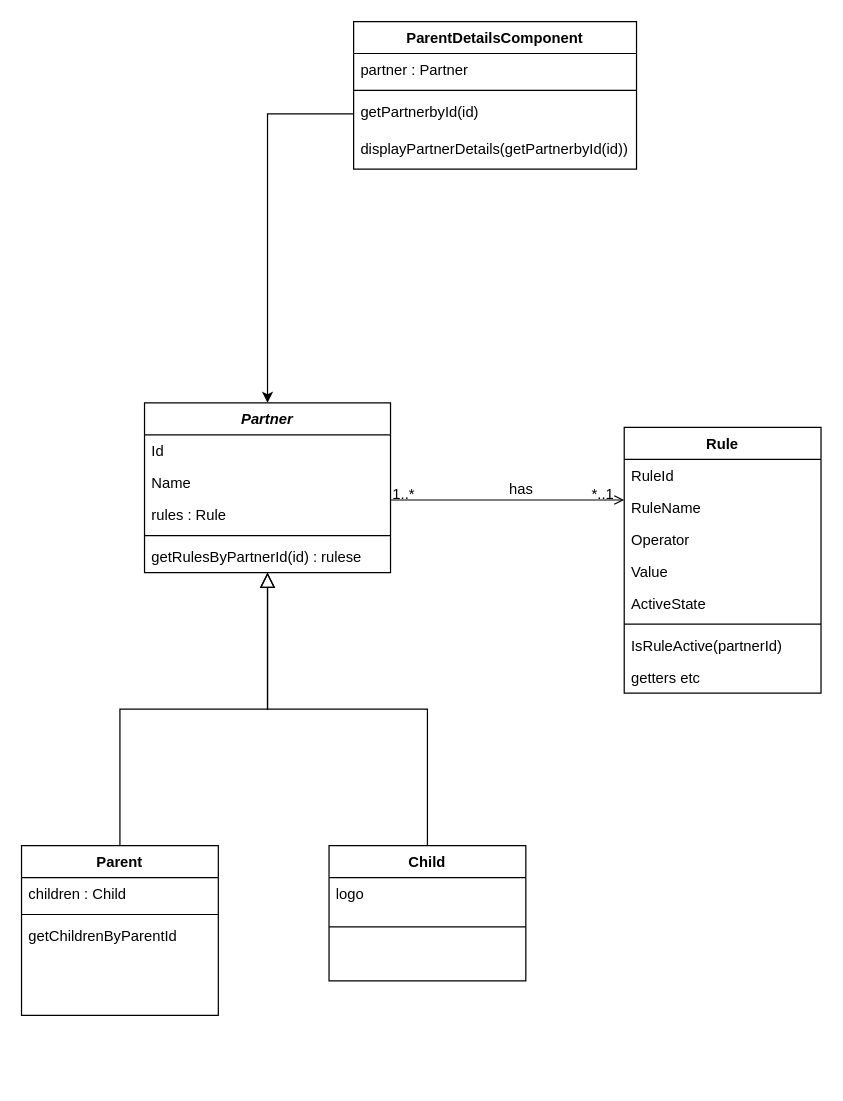
This is Untitled Diagram.drawio from learningCurve89/WorkBasedPortfolios, a draw.io file, before an edit. Source tidied: cells renumbered, new cells numbered last; positions are measured from the earlier drawing's top-left corner, leaving out a move shared by most shapes. Both pictures are drawn from the tidied source at 123%, with x=0, y=0 at pixel (21, 21).
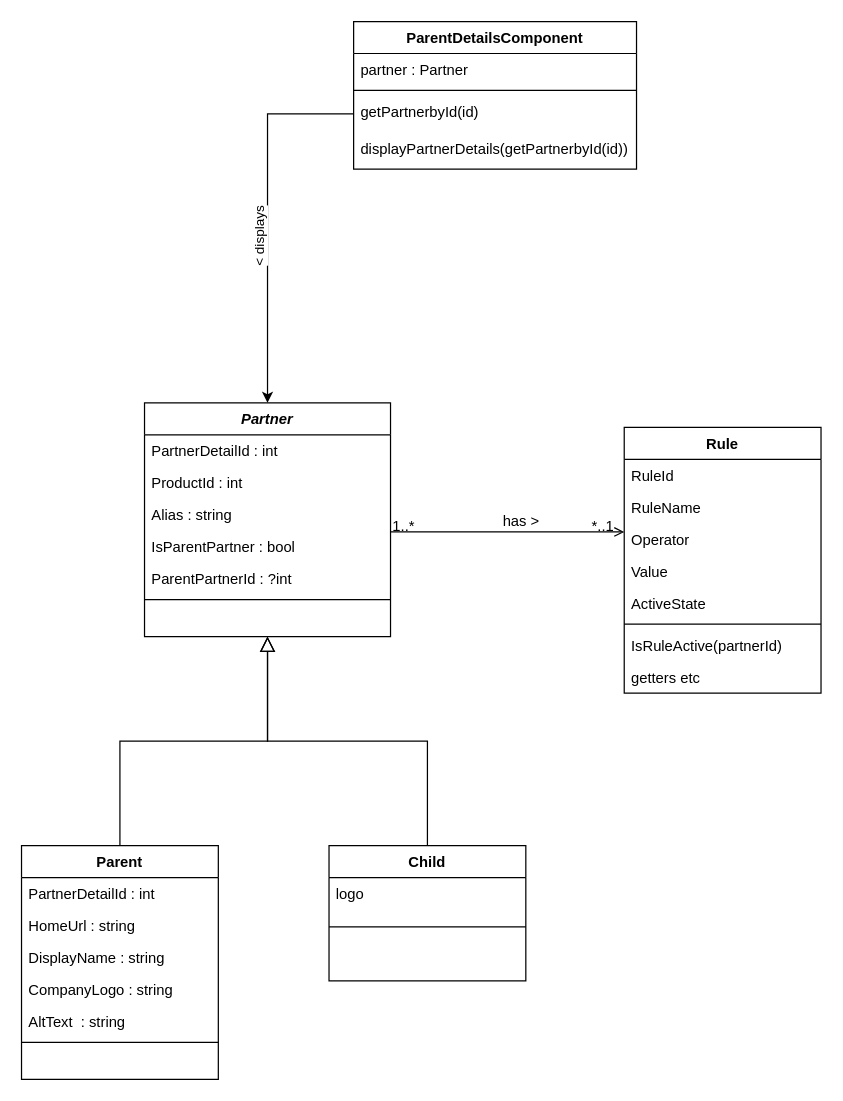
Above is the later version.

Unchanged cells that the change refers to:
```xml
<mxCell id="26" style="endArrow=open;shadow=0;strokeWidth=1;rounded=0;endFill=1;edgeStyle=elbowEdgeStyle;elbow=vertical;" parent="1" edge="1" source="2" target="17">
  <mxGeometry x="0.5" y="41" relative="1" as="geometry">
    <mxPoint x="-40" y="32" as="offset" />
  </mxGeometry>
</mxCell>
<mxCell id="35" style="edgeStyle=orthogonalEdgeStyle;rounded=0;jettySize=auto;html=1;entryX=0.5;entryY=0;entryDx=0;entryDy=0;" parent="1" edge="1" source="33" target="2">
  <mxGeometry relative="1" as="geometry" />
</mxCell>
```

Change to the diagram source:
```diff
@@
     <mxCell id="2" value="Partner" style="swimlane;fontStyle=3;align=center;verticalAlign=top;horizontal=1;startSize=26;rounded=0;shadow=0;strokeWidth=1;" parent="1" vertex="1">
-      <mxGeometry x="100" y="310" width="200" height="138" as="geometry" />
+      <mxGeometry x="100" y="310" width="200" height="190" as="geometry" />
     </mxCell>
-    <mxCell id="3" value="Id" style="text;align=left;verticalAlign=top;spacingLeft=4;spacingRight=4;overflow=hidden;" parent="2" vertex="1">
+    <mxCell id="3" value="PartnerDetailId : int" style="text;align=left;verticalAlign=top;spacingLeft=4;spacingRight=4;overflow=hidden;" parent="2" vertex="1">
       <mxGeometry y="26" width="200" height="26" as="geometry" />
     </mxCell>
-    <mxCell id="4" value="Name" style="text;align=left;verticalAlign=top;spacingLeft=4;spacingRight=4;overflow=hidden;rounded=0;shadow=0;html=0;" parent="2" vertex="1">
+    <mxCell id="4" value="ProductId : int" style="text;align=left;verticalAlign=top;spacingLeft=4;spacingRight=4;overflow=hidden;rounded=0;shadow=0;html=0;" parent="2" vertex="1">
       <mxGeometry y="52" width="200" height="26" as="geometry" />
     </mxCell>
-    <mxCell id="5" value="rules : Rule" style="text;align=left;verticalAlign=top;spacingLeft=4;spacingRight=4;overflow=hidden;rounded=0;shadow=0;html=0;" parent="2" vertex="1">
+    <mxCell id="5" value="Alias : string" style="text;align=left;verticalAlign=top;spacingLeft=4;spacingRight=4;overflow=hidden;rounded=0;shadow=0;html=0;" parent="2" vertex="1">
       <mxGeometry y="78" width="200" height="26" as="geometry" />
     </mxCell>
+    <mxCell id="36" value="IsParentPartner : bool" style="text;align=left;verticalAlign=top;spacingLeft=4;spacingRight=4;overflow=hidden;rounded=0;shadow=0;html=0;" parent="2" vertex="1">
+      <mxGeometry y="104" width="200" height="26" as="geometry" />
+    </mxCell>
+    <mxCell id="37" value="ParentPartnerId : ?int" style="text;align=left;verticalAlign=top;spacingLeft=4;spacingRight=4;overflow=hidden;rounded=0;shadow=0;html=0;" parent="2" vertex="1">
+      <mxGeometry y="130" width="200" height="26" as="geometry" />
+    </mxCell>
     <mxCell id="6" style="line;html=1;strokeWidth=1;align=left;verticalAlign=middle;spacingTop=-1;spacingLeft=3;spacingRight=3;labelPosition=right;" parent="2" vertex="1">
-      <mxGeometry y="104" width="200" height="8" as="geometry" />
+      <mxGeometry y="156" width="200" height="8" as="geometry" />
     </mxCell>
-    <mxCell id="7" value="getRulesByPartnerId(id) : rulese" style="text;align=left;verticalAlign=top;spacingLeft=4;spacingRight=4;overflow=hidden;" parent="2" vertex="1">
-      <mxGeometry y="112" width="200" height="26" as="geometry" />
-    </mxCell>
     <mxCell id="8" value="Parent" style="swimlane;fontStyle=1;align=center;verticalAlign=top;horizontal=1;startSize=26;rounded=0;shadow=0;strokeWidth=1;" parent="1" vertex="1">
-      <mxGeometry y="670" width="160" height="138" as="geometry" />
+      <mxGeometry y="670" width="160" height="190" as="geometry" />
     </mxCell>
+    <mxCell id="38" value="PartnerDetailId : int" style="text;align=left;verticalAlign=top;spacingLeft=4;spacingRight=4;overflow=hidden;" parent="8" vertex="1">
+      <mxGeometry y="26" width="160" height="26" as="geometry" />
+    </mxCell>
+    <mxCell id="39" value="HomeUrl : string" style="text;align=left;verticalAlign=top;spacingLeft=4;spacingRight=4;overflow=hidden;" parent="8" vertex="1">
+      <mxGeometry y="52" width="160" height="26" as="geometry" />
+    </mxCell>
+    <mxCell id="40" value="DisplayName : string" style="text;align=left;verticalAlign=top;spacingLeft=4;spacingRight=4;overflow=hidden;" parent="8" vertex="1">
+      <mxGeometry y="78" width="160" height="26" as="geometry" />
+    </mxCell>
+    <mxCell id="41" value="CompanyLogo : string" style="text;align=left;verticalAlign=top;spacingLeft=4;spacingRight=4;overflow=hidden;" parent="8" vertex="1">
+      <mxGeometry y="104" width="160" height="26" as="geometry" />
+    </mxCell>
-    <mxCell id="9" value="children : Child" style="text;align=left;verticalAlign=top;spacingLeft=4;spacingRight=4;overflow=hidden;" parent="8" vertex="1">
-      <mxGeometry y="26" width="160" height="26" as="geometry" />
+    <mxCell id="9" value="AltText  : string" style="text;align=left;verticalAlign=top;spacingLeft=4;spacingRight=4;overflow=hidden;" parent="8" vertex="1">
+      <mxGeometry y="130" width="160" height="26" as="geometry" />
     </mxCell>
     <mxCell id="10" style="line;html=1;strokeWidth=1;align=left;verticalAlign=middle;spacingTop=-1;spacingLeft=3;spacingRight=3;labelPosition=right;" parent="8" vertex="1">
-      <mxGeometry y="52" width="160" height="8" as="geometry" />
+      <mxGeometry y="156" width="160" height="8" as="geometry" />
     </mxCell>
-    <mxCell id="11" value="getChildrenByParentId" style="text;align=left;verticalAlign=top;spacingLeft=4;spacingRight=4;overflow=hidden;" parent="8" vertex="1">
-      <mxGeometry y="60" width="160" height="26" as="geometry" />
-    </mxCell>
@@
-    <mxCell id="29" value="has" style="text;html=1;align=center;verticalAlign=middle;labelBackgroundColor=none;rounded=0;shadow=0;strokeWidth=1;fontSize=12;" parent="26" vertex="1">
+    <mxCell id="29" value="has &amp;gt;" style="text;html=1;align=center;verticalAlign=middle;labelBackgroundColor=none;rounded=0;shadow=0;strokeWidth=1;fontSize=12;" parent="26" vertex="1">
       <mxGeometry x="0.5" y="49" relative="1" as="geometry">
         <mxPoint x="-38" y="40" as="offset" />
       </mxGeometry>
     </mxCell>
@@
+    <mxCell id="42" value="&amp;lt; displays" style="edgeLabel;html=1;align=center;verticalAlign=middle;rotation=-90;" parent="35" vertex="1">
+      <mxGeometry x="0.12" y="-7" relative="1" as="geometry" />
+    </mxCell>
```
